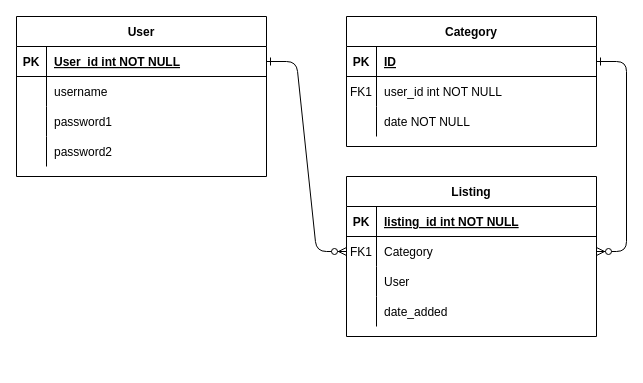
Before: SocioBayERD.drawio in VinCoD/ERDs, a draw.io diagram. Source tidied: cells renumbered, new cells numbered last; positions are measured from the earlier drawing's top-left corner, leaving out a move shared by most shapes. Both pictures are drawn from the tidied source at 100%, with x=0, y=0 at pixel (16, 16).
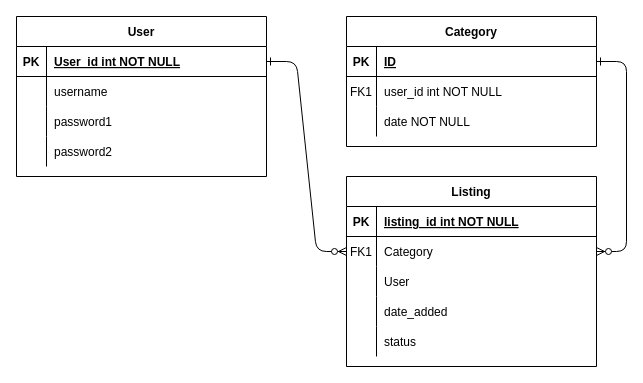
The same diagram, later.

Commit message:
added status field to Listing table

What changed in the source:
```diff
@@
     <mxCell id="14" value="Listing" style="shape=table;startSize=30;childLayout=tableLayout;rowLines=0;fontStyle=1;align=center;" parent="1" vertex="1">
-      <mxGeometry x="330" y="160" width="250" height="160" as="geometry" />
+      <mxGeometry x="330" y="160" width="250" height="190" as="geometry" />
     </mxCell>
@@
+    <mxCell id="40" style="shape=partialRectangle;fillColor=none;top=0;left=0;right=0;bottom=0;" parent="14" vertex="1">
+      <mxGeometry y="150" width="250" height="30" as="geometry" />
+    </mxCell>
+    <mxCell id="41" style="shape=partialRectangle;overflow=hidden;fillColor=none;top=0;left=0;bottom=0;right=0;" parent="40" vertex="1">
+      <mxGeometry width="30" height="30" as="geometry" />
+    </mxCell>
+    <mxCell id="42" value="status" style="shape=partialRectangle;overflow=hidden;fillColor=none;top=0;left=0;bottom=0;right=0;align=left;spacingLeft=6;" parent="40" vertex="1">
+      <mxGeometry x="30" width="220" height="30" as="geometry" />
+    </mxCell>
```
